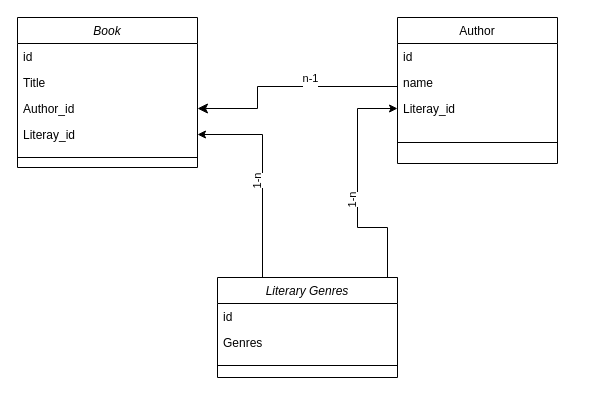
diogoX451/book-api keeps this draw.io diagram as diagrams/diagram-api-book-php.drawio. Above is the earlier version. Source tidied: cells renumbered, new cells numbered last; positions are measured from the earlier drawing's top-left corner, leaving out a move shared by most shapes. Both pictures are drawn from the tidied source at 100%, with x=0, y=0 at pixel (17, 17).
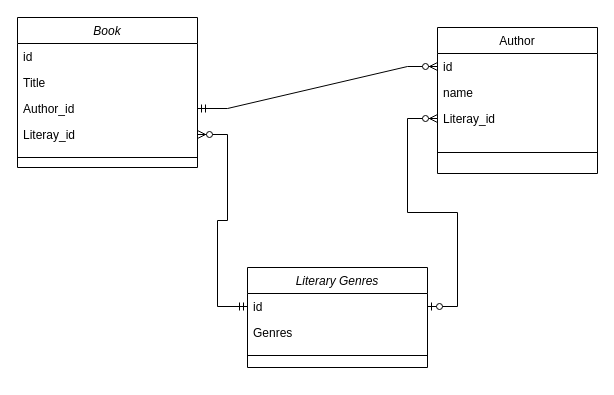
Above is the later version.

Unchanged cells that the change refers to:
```xml
<mxCell id="5" value="Author_id" style="text;align=left;verticalAlign=top;spacingLeft=4;spacingRight=4;overflow=hidden;points=[[0,0.5],[1,0.5]];portConstraint=eastwest;rounded=0;shadow=0;html=0;" parent="2" vertex="1">
  <mxGeometry y="78" width="180" height="26" as="geometry" />
</mxCell>
<mxCell id="6" value="Literay_id" style="text;align=left;verticalAlign=top;spacingLeft=4;spacingRight=4;overflow=hidden;points=[[0,0.5],[1,0.5]];portConstraint=eastwest;" parent="2" vertex="1">
  <mxGeometry y="104" width="180" height="26" as="geometry" />
</mxCell>
<mxCell id="9" value="id&#10;" style="text;align=left;verticalAlign=top;spacingLeft=4;spacingRight=4;overflow=hidden;points=[[0,0.5],[1,0.5]];portConstraint=eastwest;" parent="8" vertex="1">
  <mxGeometry y="26" width="160" height="26" as="geometry" />
</mxCell>
<mxCell id="11" value="Literay_id" style="text;align=left;verticalAlign=top;spacingLeft=4;spacingRight=4;overflow=hidden;points=[[0,0.5],[1,0.5]];portConstraint=eastwest;" parent="8" vertex="1">
  <mxGeometry y="78" width="160" height="26" as="geometry" />
</mxCell>
<mxCell id="20" value="id" style="text;align=left;verticalAlign=top;spacingLeft=4;spacingRight=4;overflow=hidden;points=[[0,0.5],[1,0.5]];portConstraint=eastwest;" parent="19" vertex="1">
  <mxGeometry y="26" width="180" height="26" as="geometry" />
</mxCell>
```

The edit, as a diff of the source:
```diff
@@
     <mxCell id="8" value="Author" style="swimlane;fontStyle=0;align=center;verticalAlign=top;horizontal=1;startSize=26;rounded=0;shadow=0;strokeWidth=1;" parent="1" vertex="1">
-      <mxGeometry x="380" width="160" height="146" as="geometry" />
+      <mxGeometry x="420" y="10" width="160" height="146" as="geometry" />
     </mxCell>
@@
-    <mxCell id="13" style="edgeStyle=segmentEdgeStyle;endArrow=classic;html=1;curved=0;rounded=0;endSize=8;startSize=8;exitX=0;exitY=0.5;exitDx=0;exitDy=0;" parent="1" edge="1" source="9">
-      <mxGeometry relative="1" as="geometry">
-        <mxPoint x="180" y="91" as="targetPoint" />
-        <Array as="points">
-          <mxPoint x="240" y="69" />
-          <mxPoint x="240" y="91" />
-        </Array>
-      </mxGeometry>
-    </mxCell>
-    <mxCell id="14" value="&lt;div&gt;n-1&lt;/div&gt;&lt;div&gt;&lt;br&gt;&lt;/div&gt;" style="edgeLabel;html=1;align=center;verticalAlign=middle;" parent="13" vertex="1">
-      <mxGeometry x="-0.06" y="-2" relative="1" as="geometry" />
-    </mxCell>
-    <mxCell id="15" style="edgeStyle=orthogonalEdgeStyle;rounded=0;jettySize=auto;html=1;exitX=0.25;exitY=0;exitDx=0;exitDy=0;entryX=1;entryY=0.5;entryDx=0;entryDy=0;" parent="1" edge="1" source="19" target="6">
-      <mxGeometry relative="1" as="geometry" />
-    </mxCell>
-    <mxCell id="16" value="&lt;div&gt;1-n&lt;/div&gt;&lt;div&gt;&lt;br&gt;&lt;/div&gt;" style="edgeLabel;html=1;align=center;verticalAlign=middle;rotation=-90;" parent="15" vertex="1">
-      <mxGeometry x="-0.09" y="-1" relative="1" as="geometry" />
-    </mxCell>
-    <mxCell id="17" style="edgeStyle=orthogonalEdgeStyle;rounded=0;jettySize=auto;html=1;exitX=1;exitY=0;exitDx=0;exitDy=0;entryX=0;entryY=0.5;entryDx=0;entryDy=0;" parent="1" edge="1" source="19" target="11">
-      <mxGeometry relative="1" as="geometry">
-        <Array as="points">
-          <mxPoint x="370" y="210" />
-          <mxPoint x="340" y="210" />
-          <mxPoint x="340" y="91" />
-        </Array>
-      </mxGeometry>
-    </mxCell>
-    <mxCell id="18" value="&lt;div&gt;1-n&lt;/div&gt;&lt;div&gt;&lt;br&gt;&lt;/div&gt;" style="edgeLabel;html=1;align=center;verticalAlign=middle;rotation=-90;" parent="17" vertex="1">
-      <mxGeometry x="-0.07" y="-1" relative="1" as="geometry" />
-    </mxCell>
     <mxCell id="19" value="Literary Genres" style="swimlane;fontStyle=2;align=center;verticalAlign=top;horizontal=1;startSize=26;rounded=0;shadow=0;strokeWidth=1;" parent="1" vertex="1">
-      <mxGeometry x="200" y="260" width="180" height="100" as="geometry" />
+      <mxGeometry x="230" y="250" width="180" height="100" as="geometry" />
     </mxCell>
@@
+    <mxCell id="23" style="edgeStyle=entityRelationEdgeStyle;fontSize=12;html=1;endArrow=ERzeroToMany;startArrow=ERzeroToOne;rounded=0;entryX=0;entryY=0.5;entryDx=0;entryDy=0;exitX=1;exitY=0.5;exitDx=0;exitDy=0;" parent="1" edge="1" source="20" target="11">
+      <mxGeometry relative="1" as="geometry" />
+    </mxCell>
+    <mxCell id="24" style="edgeStyle=entityRelationEdgeStyle;fontSize=12;html=1;endArrow=ERzeroToMany;startArrow=ERmandOne;rounded=0;exitX=1;exitY=0.5;exitDx=0;exitDy=0;entryX=0;entryY=0.5;entryDx=0;entryDy=0;" parent="1" edge="1" source="5" target="9">
+      <mxGeometry relative="1" as="geometry" />
+    </mxCell>
+    <mxCell id="25" style="edgeStyle=entityRelationEdgeStyle;fontSize=12;html=1;endArrow=ERzeroToMany;startArrow=ERmandOne;rounded=0;entryX=1;entryY=0.5;entryDx=0;entryDy=0;exitX=0;exitY=0.5;exitDx=0;exitDy=0;" parent="1" edge="1" source="20" target="6">
+      <mxGeometry relative="1" as="geometry" />
+    </mxCell>
```
